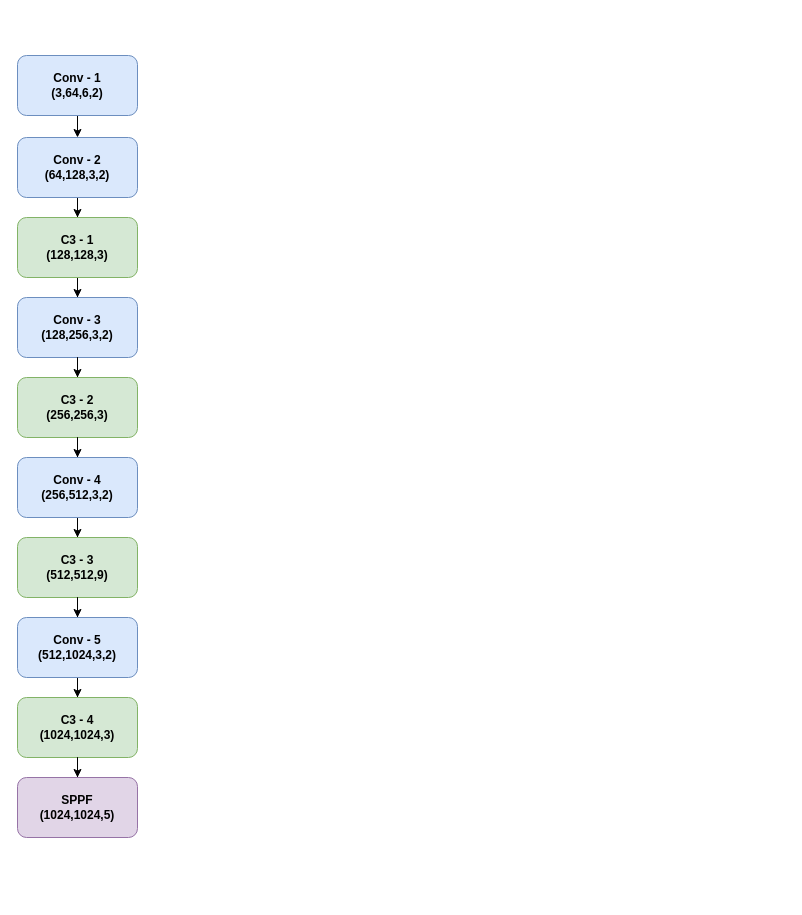
dhrubapuc23/Computer-Vision keeps this draw.io diagram as system_architecture.drawio. Above is the earlier version. Source tidied: cells renumbered, new cells numbered last; positions are measured from the earlier drawing's top-left corner, leaving out a move shared by most shapes. Both pictures are drawn from the tidied source at 100%, with x=0, y=0 at pixel (17, 55).
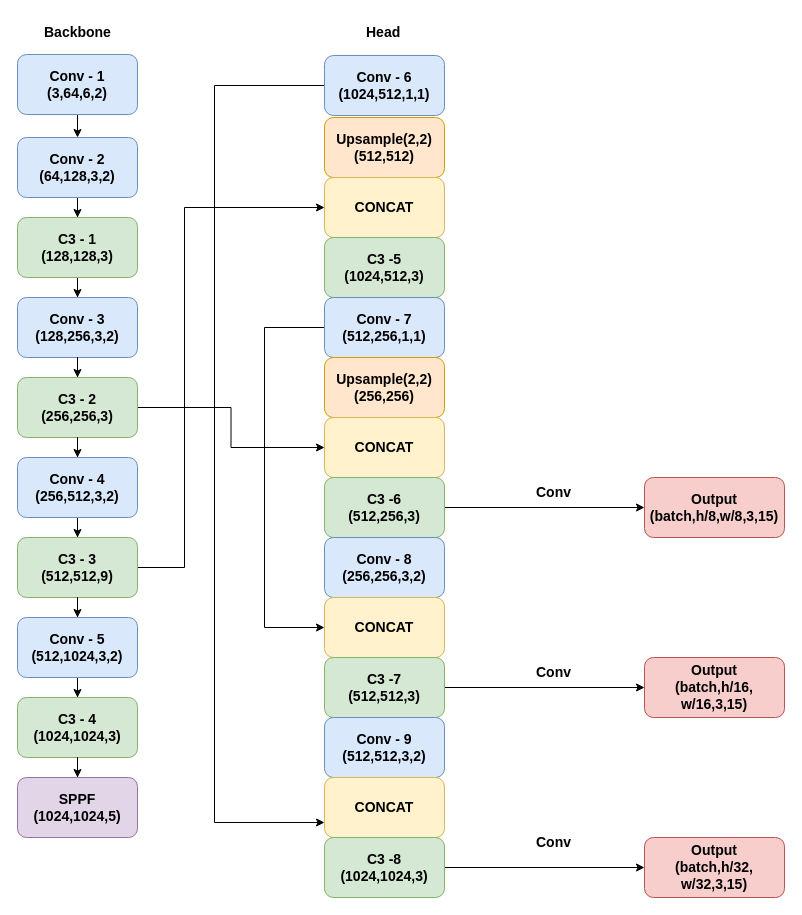
After the change.

What changed in the source:
```diff
@@
-    <mxCell id="3" value="&lt;div&gt;&lt;b&gt;Conv - 1&lt;br&gt;&lt;/b&gt;&lt;/div&gt;&lt;div&gt;&lt;b&gt;(3,64,6,2)&lt;br&gt;&lt;/b&gt;&lt;/div&gt;" style="rounded=1;whiteSpace=wrap;html=1;fillColor=#dae8fc;strokeColor=#6c8ebf;" parent="1" vertex="1">
-      <mxGeometry width="120" height="60" as="geometry" />
+    <mxCell id="3" value="&lt;div style=&quot;font-size: 14px;&quot;&gt;&lt;font style=&quot;font-size: 14px;&quot;&gt;&lt;b&gt;Conv - 1&lt;br&gt;&lt;/b&gt;&lt;/font&gt;&lt;/div&gt;&lt;div style=&quot;font-size: 14px;&quot;&gt;&lt;font style=&quot;font-size: 14px;&quot;&gt;&lt;b&gt;(3,64,6,2)&lt;br&gt;&lt;/b&gt;&lt;/font&gt;&lt;/div&gt;" style="rounded=1;whiteSpace=wrap;html=1;fillColor=#dae8fc;strokeColor=#6c8ebf;" parent="1" vertex="1">
+      <mxGeometry y="-1" width="120" height="60" as="geometry" />
     </mxCell>
@@
-    <mxCell id="5" value="&lt;div&gt;&lt;b&gt;Conv - 2&lt;br&gt;&lt;/b&gt;&lt;/div&gt;&lt;div&gt;&lt;b&gt;(64,128,3,2)&lt;br&gt;&lt;/b&gt;&lt;/div&gt;" style="rounded=1;whiteSpace=wrap;html=1;fillColor=#dae8fc;strokeColor=#6c8ebf;" parent="1" vertex="1">
+    <mxCell id="5" value="&lt;div style=&quot;font-size: 14px;&quot;&gt;&lt;font style=&quot;font-size: 14px;&quot;&gt;&lt;b&gt;Conv - 2&lt;br&gt;&lt;/b&gt;&lt;/font&gt;&lt;/div&gt;&lt;div style=&quot;font-size: 14px;&quot;&gt;&lt;font style=&quot;font-size: 14px;&quot;&gt;&lt;b&gt;(64,128,3,2)&lt;br&gt;&lt;/b&gt;&lt;/font&gt;&lt;/div&gt;" style="rounded=1;whiteSpace=wrap;html=1;fillColor=#dae8fc;strokeColor=#6c8ebf;" parent="1" vertex="1">
       <mxGeometry y="82" width="120" height="60" as="geometry" />
     </mxCell>
@@
-    <mxCell id="7" value="&lt;div&gt;&lt;b&gt;Conv - 3&lt;br&gt;&lt;/b&gt;&lt;/div&gt;&lt;div&gt;&lt;b&gt;(128,256,3,2)&lt;br&gt;&lt;/b&gt;&lt;/div&gt;" style="rounded=1;whiteSpace=wrap;html=1;fillColor=#dae8fc;strokeColor=#6c8ebf;" parent="1" vertex="1">
+    <mxCell id="7" value="&lt;div style=&quot;font-size: 14px;&quot;&gt;&lt;font style=&quot;font-size: 14px;&quot;&gt;&lt;b&gt;Conv - 3&lt;br&gt;&lt;/b&gt;&lt;/font&gt;&lt;/div&gt;&lt;div style=&quot;font-size: 14px;&quot;&gt;&lt;font style=&quot;font-size: 14px;&quot;&gt;&lt;b&gt;(128,256,3,2)&lt;br&gt;&lt;/b&gt;&lt;/font&gt;&lt;/div&gt;" style="rounded=1;whiteSpace=wrap;html=1;fillColor=#dae8fc;strokeColor=#6c8ebf;" parent="1" vertex="1">
       <mxGeometry y="242" width="120" height="60" as="geometry" />
     </mxCell>
-    <mxCell id="8" value="&lt;div&gt;&lt;b&gt;C3 - 1&lt;br&gt;&lt;/b&gt;&lt;/div&gt;&lt;div&gt;&lt;b&gt;(128,128,3)&lt;br&gt;&lt;/b&gt;&lt;/div&gt;" style="rounded=1;whiteSpace=wrap;html=1;fillColor=#d5e8d4;strokeColor=#82b366;" parent="1" vertex="1">
+    <mxCell id="8" value="&lt;div style=&quot;font-size: 14px;&quot;&gt;&lt;font style=&quot;font-size: 14px;&quot;&gt;&lt;b&gt;C3 - 1&lt;br&gt;&lt;/b&gt;&lt;/font&gt;&lt;/div&gt;&lt;div style=&quot;font-size: 14px;&quot;&gt;&lt;font style=&quot;font-size: 14px;&quot;&gt;&lt;b&gt;(128,128,3)&lt;br&gt;&lt;/b&gt;&lt;/font&gt;&lt;/div&gt;" style="rounded=1;whiteSpace=wrap;html=1;fillColor=#d5e8d4;strokeColor=#82b366;" parent="1" vertex="1">
       <mxGeometry y="162" width="120" height="60" as="geometry" />
     </mxCell>
@@
+    <mxCell id="21" style="edgeStyle=orthogonalEdgeStyle;rounded=0;jettySize=auto;html=1;entryX=0;entryY=0.5;entryDx=0;entryDy=0;" parent="1" edge="1" source="10" target="31">
+      <mxGeometry relative="1" as="geometry" />
+    </mxCell>
-    <mxCell id="10" value="&lt;div&gt;&lt;b&gt;C3 - 2&lt;br&gt;&lt;/b&gt;&lt;/div&gt;&lt;div&gt;&lt;b&gt;(256,256,3)&lt;br&gt;&lt;/b&gt;&lt;/div&gt;" style="rounded=1;whiteSpace=wrap;html=1;fillColor=#d5e8d4;strokeColor=#82b366;" parent="1" vertex="1">
+    <mxCell id="10" value="&lt;div style=&quot;font-size: 14px;&quot;&gt;&lt;font style=&quot;font-size: 14px;&quot;&gt;&lt;b&gt;C3 - 2&lt;br&gt;&lt;/b&gt;&lt;/font&gt;&lt;/div&gt;&lt;div style=&quot;font-size: 14px;&quot;&gt;&lt;font style=&quot;font-size: 14px;&quot;&gt;&lt;b&gt;(256,256,3)&lt;br&gt;&lt;/b&gt;&lt;/font&gt;&lt;/div&gt;" style="rounded=1;whiteSpace=wrap;html=1;fillColor=#d5e8d4;strokeColor=#82b366;" parent="1" vertex="1">
       <mxGeometry y="322" width="120" height="60" as="geometry" />
     </mxCell>
@@
-    <mxCell id="13" value="&lt;div&gt;&lt;b&gt;Conv - 4&lt;br&gt;&lt;/b&gt;&lt;/div&gt;&lt;div&gt;&lt;b&gt;(256,512,3,2)&lt;br&gt;&lt;/b&gt;&lt;/div&gt;" style="rounded=1;whiteSpace=wrap;html=1;fillColor=#dae8fc;strokeColor=#6c8ebf;" parent="1" vertex="1">
+    <mxCell id="13" value="&lt;div style=&quot;font-size: 14px;&quot;&gt;&lt;font style=&quot;font-size: 14px;&quot;&gt;&lt;b&gt;Conv - 4&lt;br&gt;&lt;/b&gt;&lt;/font&gt;&lt;/div&gt;&lt;div style=&quot;font-size: 14px;&quot;&gt;&lt;font style=&quot;font-size: 14px;&quot;&gt;&lt;b&gt;(256,512,3,2)&lt;br&gt;&lt;/b&gt;&lt;/font&gt;&lt;/div&gt;" style="rounded=1;whiteSpace=wrap;html=1;fillColor=#dae8fc;strokeColor=#6c8ebf;" parent="1" vertex="1">
       <mxGeometry y="402" width="120" height="60" as="geometry" />
     </mxCell>
+    <mxCell id="22" style="edgeStyle=orthogonalEdgeStyle;rounded=0;jettySize=auto;html=1;entryX=0;entryY=0.5;entryDx=0;entryDy=0;" parent="1" edge="1" source="14" target="26">
+      <mxGeometry relative="1" as="geometry">
+        <Array as="points">
+          <mxPoint x="167" y="512" />
+          <mxPoint x="167" y="152" />
+        </Array>
+      </mxGeometry>
+    </mxCell>
-    <mxCell id="14" value="&lt;div&gt;&lt;b&gt;C3 - 3&lt;br&gt;&lt;/b&gt;&lt;/div&gt;&lt;div&gt;&lt;b&gt;(512,512,9)&lt;br&gt;&lt;/b&gt;&lt;/div&gt;" style="rounded=1;whiteSpace=wrap;html=1;fillColor=#d5e8d4;strokeColor=#82b366;" parent="1" vertex="1">
+    <mxCell id="14" value="&lt;div style=&quot;font-size: 14px;&quot;&gt;&lt;font style=&quot;font-size: 14px;&quot;&gt;&lt;b&gt;C3 - 3&lt;br&gt;&lt;/b&gt;&lt;/font&gt;&lt;/div&gt;&lt;div style=&quot;font-size: 14px;&quot;&gt;&lt;font style=&quot;font-size: 14px;&quot;&gt;&lt;b&gt;(512,512,9)&lt;br&gt;&lt;/b&gt;&lt;/font&gt;&lt;/div&gt;" style="rounded=1;whiteSpace=wrap;html=1;fillColor=#d5e8d4;strokeColor=#82b366;" parent="1" vertex="1">
       <mxGeometry y="482" width="120" height="60" as="geometry" />
     </mxCell>
@@
-    <mxCell id="17" value="&lt;div&gt;&lt;b&gt;Conv - 5&lt;br&gt;&lt;/b&gt;&lt;/div&gt;&lt;div&gt;&lt;b&gt;(512,1024,3,2)&lt;br&gt;&lt;/b&gt;&lt;/div&gt;" style="rounded=1;whiteSpace=wrap;html=1;fillColor=#dae8fc;strokeColor=#6c8ebf;" parent="1" vertex="1">
+    <mxCell id="17" value="&lt;div style=&quot;font-size: 14px;&quot;&gt;&lt;font style=&quot;font-size: 14px;&quot;&gt;&lt;b&gt;Conv - 5&lt;br&gt;&lt;/b&gt;&lt;/font&gt;&lt;/div&gt;&lt;div style=&quot;font-size: 14px;&quot;&gt;&lt;font style=&quot;font-size: 14px;&quot;&gt;&lt;b&gt;(512,1024,3,2)&lt;br&gt;&lt;/b&gt;&lt;/font&gt;&lt;/div&gt;" style="rounded=1;whiteSpace=wrap;html=1;fillColor=#dae8fc;strokeColor=#6c8ebf;" parent="1" vertex="1">
       <mxGeometry y="562" width="120" height="60" as="geometry" />
     </mxCell>
-    <mxCell id="18" value="&lt;div&gt;&lt;b&gt;C3 - 4&lt;br&gt;&lt;/b&gt;&lt;/div&gt;&lt;div&gt;&lt;b&gt;(1024,1024,3)&lt;br&gt;&lt;/b&gt;&lt;/div&gt;" style="rounded=1;whiteSpace=wrap;html=1;fillColor=#d5e8d4;strokeColor=#82b366;" parent="1" vertex="1">
+    <mxCell id="18" value="&lt;div style=&quot;font-size: 14px;&quot;&gt;&lt;font style=&quot;font-size: 14px;&quot;&gt;&lt;b&gt;C3 - 4&lt;br&gt;&lt;/b&gt;&lt;/font&gt;&lt;/div&gt;&lt;div style=&quot;font-size: 14px;&quot;&gt;&lt;font style=&quot;font-size: 14px;&quot;&gt;&lt;b&gt;(1024,1024,3)&lt;br&gt;&lt;/b&gt;&lt;/font&gt;&lt;/div&gt;" style="rounded=1;whiteSpace=wrap;html=1;fillColor=#d5e8d4;strokeColor=#82b366;" parent="1" vertex="1">
       <mxGeometry y="642" width="120" height="60" as="geometry" />
     </mxCell>
@@
-    <mxCell id="20" value="&lt;div&gt;&lt;b&gt;SPPF&lt;br&gt;&lt;/b&gt;&lt;/div&gt;&lt;div&gt;&lt;b&gt;(1024,1024,5)&lt;br&gt;&lt;/b&gt;&lt;/div&gt;" style="rounded=1;whiteSpace=wrap;html=1;fillColor=#e1d5e7;strokeColor=#9673a6;" parent="1" vertex="1">
+    <mxCell id="20" value="&lt;div style=&quot;font-size: 14px;&quot;&gt;&lt;font style=&quot;font-size: 14px;&quot;&gt;&lt;b&gt;SPPF&lt;br&gt;&lt;/b&gt;&lt;/font&gt;&lt;/div&gt;&lt;div style=&quot;font-size: 14px;&quot;&gt;&lt;font style=&quot;font-size: 14px;&quot;&gt;&lt;b&gt;(1024,1024,5)&lt;br&gt;&lt;/b&gt;&lt;/font&gt;&lt;/div&gt;" style="rounded=1;whiteSpace=wrap;html=1;fillColor=#e1d5e7;strokeColor=#9673a6;" parent="1" vertex="1">
       <mxGeometry y="722" width="120" height="60" as="geometry" />
     </mxCell>
+    <mxCell id="23" style="edgeStyle=orthogonalEdgeStyle;rounded=0;jettySize=auto;html=1;entryX=0;entryY=0.75;entryDx=0;entryDy=0;" parent="1" edge="1" source="24" target="39">
+      <mxGeometry relative="1" as="geometry">
+        <Array as="points">
+          <mxPoint x="197" y="30" />
+          <mxPoint x="197" y="767" />
+        </Array>
+      </mxGeometry>
+    </mxCell>
+    <mxCell id="24" value="&lt;div style=&quot;font-size: 14px;&quot;&gt;&lt;font style=&quot;font-size: 14px;&quot;&gt;&lt;b&gt;Conv - 6&lt;br&gt;&lt;/b&gt;&lt;/font&gt;&lt;/div&gt;&lt;div style=&quot;font-size: 14px;&quot;&gt;&lt;font style=&quot;font-size: 14px;&quot;&gt;&lt;b&gt;(1024,512,1,1)&lt;br&gt;&lt;/b&gt;&lt;/font&gt;&lt;/div&gt;" style="rounded=1;whiteSpace=wrap;html=1;fillColor=#dae8fc;strokeColor=#6c8ebf;" parent="1" vertex="1">
+      <mxGeometry x="307" width="120" height="60" as="geometry" />
+    </mxCell>
+    <mxCell id="25" value="&lt;div style=&quot;font-size: 14px;&quot;&gt;&lt;font style=&quot;font-size: 14px;&quot;&gt;&lt;b&gt;Upsample(2,2)&lt;br&gt;&lt;/b&gt;&lt;/font&gt;&lt;/div&gt;&lt;div style=&quot;font-size: 14px;&quot;&gt;&lt;font style=&quot;font-size: 14px;&quot;&gt;&lt;b&gt;(512,512)&lt;br&gt;&lt;/b&gt;&lt;/font&gt;&lt;/div&gt;" style="rounded=1;whiteSpace=wrap;html=1;fillColor=#ffe6cc;strokeColor=#d79b00;" parent="1" vertex="1">
+      <mxGeometry x="307" y="62" width="120" height="60" as="geometry" />
+    </mxCell>
+    <mxCell id="26" value="&lt;font size=&quot;1&quot;&gt;&lt;b style=&quot;font-size: 14px;&quot;&gt;CONCAT&lt;/b&gt;&lt;/font&gt;" style="rounded=1;whiteSpace=wrap;html=1;fillColor=#fff2cc;strokeColor=#d6b656;" parent="1" vertex="1">
+      <mxGeometry x="307" y="122" width="120" height="60" as="geometry" />
+    </mxCell>
+    <mxCell id="27" value="&lt;div style=&quot;font-size: 14px;&quot;&gt;&lt;font style=&quot;font-size: 14px;&quot;&gt;&lt;b&gt;C3 -5&lt;br&gt;&lt;/b&gt;&lt;/font&gt;&lt;/div&gt;&lt;div style=&quot;font-size: 14px;&quot;&gt;&lt;font style=&quot;font-size: 14px;&quot;&gt;&lt;b&gt;(1024,512,3)&lt;br&gt;&lt;/b&gt;&lt;/font&gt;&lt;/div&gt;" style="rounded=1;whiteSpace=wrap;html=1;fillColor=#d5e8d4;strokeColor=#82b366;" parent="1" vertex="1">
+      <mxGeometry x="307" y="182" width="120" height="60" as="geometry" />
+    </mxCell>
+    <mxCell id="28" style="edgeStyle=orthogonalEdgeStyle;rounded=0;jettySize=auto;html=1;entryX=0;entryY=0.5;entryDx=0;entryDy=0;" parent="1" edge="1" source="29" target="35">
+      <mxGeometry relative="1" as="geometry">
+        <Array as="points">
+          <mxPoint x="247" y="272" />
+          <mxPoint x="247" y="572" />
+        </Array>
+      </mxGeometry>
+    </mxCell>
+    <mxCell id="29" value="&lt;div style=&quot;font-size: 14px;&quot;&gt;&lt;font style=&quot;font-size: 14px;&quot;&gt;&lt;b&gt;Conv - 7&lt;br&gt;&lt;/b&gt;&lt;/font&gt;&lt;/div&gt;&lt;div style=&quot;font-size: 14px;&quot;&gt;&lt;font style=&quot;font-size: 14px;&quot;&gt;&lt;b&gt;(512,256,1,1)&lt;br&gt;&lt;/b&gt;&lt;/font&gt;&lt;/div&gt;" style="rounded=1;whiteSpace=wrap;html=1;fillColor=#dae8fc;strokeColor=#6c8ebf;" parent="1" vertex="1">
+      <mxGeometry x="307" y="242" width="120" height="60" as="geometry" />
+    </mxCell>
+    <mxCell id="30" value="&lt;div style=&quot;font-size: 14px;&quot;&gt;&lt;font style=&quot;font-size: 14px;&quot;&gt;&lt;b&gt;Upsample(2,2)&lt;br&gt;&lt;/b&gt;&lt;/font&gt;&lt;/div&gt;&lt;div style=&quot;font-size: 14px;&quot;&gt;&lt;font style=&quot;font-size: 14px;&quot;&gt;&lt;b&gt;(256,256)&lt;br&gt;&lt;/b&gt;&lt;/font&gt;&lt;/div&gt;" style="rounded=1;whiteSpace=wrap;html=1;fillColor=#ffe6cc;strokeColor=#d79b00;" parent="1" vertex="1">
+      <mxGeometry x="307" y="302" width="120" height="60" as="geometry" />
+    </mxCell>
+    <mxCell id="31" value="&lt;font size=&quot;1&quot;&gt;&lt;b style=&quot;font-size: 14px;&quot;&gt;CONCAT&lt;/b&gt;&lt;/font&gt;" style="rounded=1;whiteSpace=wrap;html=1;fillColor=#fff2cc;strokeColor=#d6b656;" parent="1" vertex="1">
+      <mxGeometry x="307" y="362" width="120" height="60" as="geometry" />
+    </mxCell>
+    <mxCell id="32" style="edgeStyle=orthogonalEdgeStyle;rounded=0;jettySize=auto;html=1;entryX=0;entryY=0.5;entryDx=0;entryDy=0;" parent="1" edge="1" source="33" target="42">
+      <mxGeometry relative="1" as="geometry" />
+    </mxCell>
+    <mxCell id="33" value="&lt;div style=&quot;font-size: 14px;&quot;&gt;&lt;font style=&quot;font-size: 14px;&quot;&gt;&lt;b&gt;C3 -6&lt;br&gt;&lt;/b&gt;&lt;/font&gt;&lt;/div&gt;&lt;div style=&quot;font-size: 14px;&quot;&gt;&lt;font style=&quot;font-size: 14px;&quot;&gt;&lt;b&gt;(512,256,3)&lt;br&gt;&lt;/b&gt;&lt;/font&gt;&lt;/div&gt;" style="rounded=1;whiteSpace=wrap;html=1;fillColor=#d5e8d4;strokeColor=#82b366;" parent="1" vertex="1">
+      <mxGeometry x="307" y="422" width="120" height="60" as="geometry" />
+    </mxCell>
+    <mxCell id="34" value="&lt;div style=&quot;font-size: 14px;&quot;&gt;&lt;font style=&quot;font-size: 14px;&quot;&gt;&lt;b&gt;Conv - 8&lt;br&gt;&lt;/b&gt;&lt;/font&gt;&lt;/div&gt;&lt;div style=&quot;font-size: 14px;&quot;&gt;&lt;font style=&quot;font-size: 14px;&quot;&gt;&lt;b&gt;(256,256,3,2)&lt;br&gt;&lt;/b&gt;&lt;/font&gt;&lt;/div&gt;" style="rounded=1;whiteSpace=wrap;html=1;fillColor=#dae8fc;strokeColor=#6c8ebf;" parent="1" vertex="1">
+      <mxGeometry x="307" y="482" width="120" height="60" as="geometry" />
+    </mxCell>
+    <mxCell id="35" value="&lt;font size=&quot;1&quot;&gt;&lt;b style=&quot;font-size: 14px;&quot;&gt;CONCAT&lt;/b&gt;&lt;/font&gt;" style="rounded=1;whiteSpace=wrap;html=1;fillColor=#fff2cc;strokeColor=#d6b656;" parent="1" vertex="1">
+      <mxGeometry x="307" y="542" width="120" height="60" as="geometry" />
+    </mxCell>
+    <mxCell id="36" style="edgeStyle=orthogonalEdgeStyle;rounded=0;jettySize=auto;html=1;entryX=0;entryY=0.5;entryDx=0;entryDy=0;" parent="1" edge="1" source="37" target="43">
+      <mxGeometry relative="1" as="geometry" />
+    </mxCell>
+    <mxCell id="37" value="&lt;div style=&quot;font-size: 14px;&quot;&gt;&lt;font style=&quot;font-size: 14px;&quot;&gt;&lt;b&gt;C3 -7&lt;br&gt;&lt;/b&gt;&lt;/font&gt;&lt;/div&gt;&lt;div style=&quot;font-size: 14px;&quot;&gt;&lt;font style=&quot;font-size: 14px;&quot;&gt;&lt;b&gt;(512,512,3)&lt;br&gt;&lt;/b&gt;&lt;/font&gt;&lt;/div&gt;" style="rounded=1;whiteSpace=wrap;html=1;fillColor=#d5e8d4;strokeColor=#82b366;" parent="1" vertex="1">
+      <mxGeometry x="307" y="602" width="120" height="60" as="geometry" />
+    </mxCell>
+    <mxCell id="38" value="&lt;div style=&quot;font-size: 14px;&quot;&gt;&lt;b&gt;&lt;font style=&quot;font-size: 14px;&quot;&gt;Conv - 9&lt;br&gt;&lt;/font&gt;&lt;/b&gt;&lt;/div&gt;&lt;div style=&quot;font-size: 14px;&quot;&gt;&lt;b&gt;&lt;font style=&quot;font-size: 14px;&quot;&gt;(512,512,3,2)&lt;br&gt;&lt;/font&gt;&lt;/b&gt;&lt;/div&gt;" style="rounded=1;whiteSpace=wrap;html=1;fillColor=#dae8fc;strokeColor=#6c8ebf;" parent="1" vertex="1">
+      <mxGeometry x="307" y="662" width="120" height="60" as="geometry" />
+    </mxCell>
+    <mxCell id="39" value="&lt;font size=&quot;1&quot;&gt;&lt;b style=&quot;font-size: 14px;&quot;&gt;CONCAT&lt;/b&gt;&lt;/font&gt;" style="rounded=1;whiteSpace=wrap;html=1;fillColor=#fff2cc;strokeColor=#d6b656;" parent="1" vertex="1">
+      <mxGeometry x="307" y="722" width="120" height="60" as="geometry" />
+    </mxCell>
+    <mxCell id="40" style="edgeStyle=orthogonalEdgeStyle;rounded=0;jettySize=auto;html=1;entryX=0;entryY=0.5;entryDx=0;entryDy=0;" parent="1" edge="1" source="41" target="44">
+      <mxGeometry relative="1" as="geometry" />
+    </mxCell>
+    <mxCell id="41" value="&lt;div style=&quot;font-size: 14px;&quot;&gt;&lt;font style=&quot;font-size: 14px;&quot;&gt;&lt;b&gt;C3 -8&lt;br&gt;&lt;/b&gt;&lt;/font&gt;&lt;/div&gt;&lt;div style=&quot;font-size: 14px;&quot;&gt;&lt;font style=&quot;font-size: 14px;&quot;&gt;&lt;b&gt;(1024,1024,3)&lt;br&gt;&lt;/b&gt;&lt;/font&gt;&lt;/div&gt;" style="rounded=1;whiteSpace=wrap;html=1;fillColor=#d5e8d4;strokeColor=#82b366;" parent="1" vertex="1">
+      <mxGeometry x="307" y="782" width="120" height="60" as="geometry" />
+    </mxCell>
+    <mxCell id="42" value="&lt;div&gt;&lt;b style=&quot;font-size: 14px;&quot;&gt;&lt;font style=&quot;font-size: 14px;&quot;&gt;Output&lt;br&gt;(batch,h/8,w/8,3,15)&lt;/font&gt;&lt;/b&gt;&lt;/div&gt;" style="rounded=1;whiteSpace=wrap;html=1;fillColor=#f8cecc;strokeColor=#b85450;" parent="1" vertex="1">
+      <mxGeometry x="627" y="422" width="140" height="60" as="geometry" />
+    </mxCell>
+    <mxCell id="43" value="&lt;div&gt;&lt;b style=&quot;font-size: 14px;&quot;&gt;&lt;font style=&quot;font-size: 14px;&quot;&gt;Output&lt;br&gt;(batch,h/16,&lt;/font&gt;&lt;/b&gt;&lt;/div&gt;&lt;div&gt;&lt;b style=&quot;font-size: 14px;&quot;&gt;&lt;font style=&quot;font-size: 14px;&quot;&gt;w/16,3,15)&lt;/font&gt;&lt;/b&gt;&lt;/div&gt;" style="rounded=1;whiteSpace=wrap;html=1;fillColor=#f8cecc;strokeColor=#b85450;" parent="1" vertex="1">
+      <mxGeometry x="627" y="602" width="140" height="60" as="geometry" />
+    </mxCell>
+    <mxCell id="44" value="&lt;div&gt;&lt;b style=&quot;font-size: 14px;&quot;&gt;&lt;font style=&quot;font-size: 14px;&quot;&gt;Output&lt;br&gt;(batch,h/32,&lt;/font&gt;&lt;/b&gt;&lt;/div&gt;&lt;div&gt;&lt;b style=&quot;font-size: 14px;&quot;&gt;&lt;font style=&quot;font-size: 14px;&quot;&gt;w/32,3,15)&lt;/font&gt;&lt;/b&gt;&lt;/div&gt;" style="rounded=1;whiteSpace=wrap;html=1;fillColor=#f8cecc;strokeColor=#b85450;" parent="1" vertex="1">
+      <mxGeometry x="627" y="782" width="140" height="60" as="geometry" />
+    </mxCell>
+    <mxCell id="45" value="&lt;font size=&quot;1&quot;&gt;&lt;b style=&quot;font-size: 14px;&quot;&gt;Backbone&lt;/b&gt;&lt;/font&gt;" style="text;whiteSpace=wrap;html=1;" parent="1" vertex="1">
+      <mxGeometry x="25" y="-38" width="70" height="40" as="geometry" />
+    </mxCell>
+    <mxCell id="46" value="&lt;font style=&quot;font-size: 14px;&quot;&gt;&lt;b&gt;Conv&lt;/b&gt;&lt;/font&gt;" style="text;whiteSpace=wrap;html=1;" parent="1" vertex="1">
+      <mxGeometry x="517" y="602" width="70" height="40" as="geometry" />
+    </mxCell>
+    <mxCell id="47" value="&lt;font style=&quot;font-size: 14px;&quot;&gt;&lt;b&gt;Conv&lt;/b&gt;&lt;/font&gt;" style="text;whiteSpace=wrap;html=1;" parent="1" vertex="1">
+      <mxGeometry x="517" y="772" width="70" height="40" as="geometry" />
+    </mxCell>
+    <mxCell id="48" value="&lt;font style=&quot;font-size: 14px;&quot;&gt;&lt;b&gt;Conv&lt;/b&gt;&lt;/font&gt;" style="text;whiteSpace=wrap;html=1;" parent="1" vertex="1">
+      <mxGeometry x="517" y="422" width="70" height="40" as="geometry" />
+    </mxCell>
+    <mxCell id="49" value="&lt;font size=&quot;1&quot;&gt;&lt;b style=&quot;font-size: 14px;&quot;&gt;Head&lt;/b&gt;&lt;/font&gt;" style="text;whiteSpace=wrap;html=1;" parent="1" vertex="1">
+      <mxGeometry x="347" y="-38" width="70" height="40" as="geometry" />
+    </mxCell>
```
